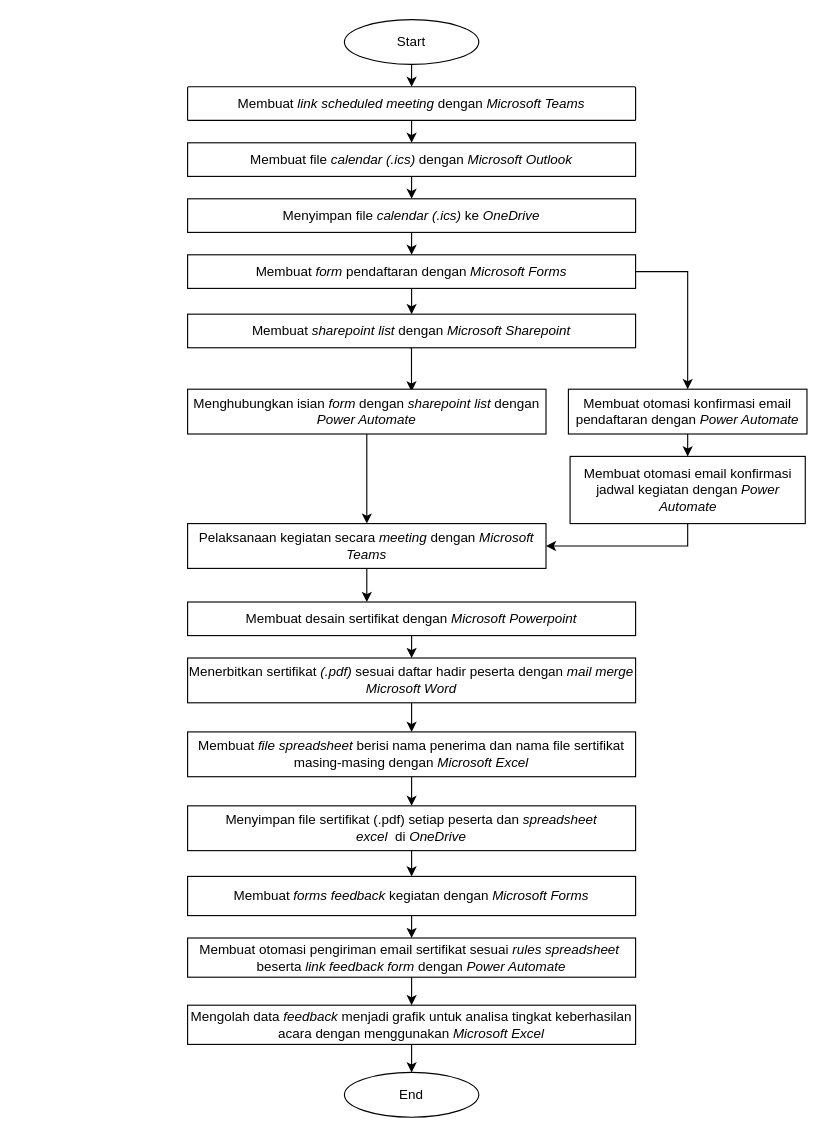
The draw.io diagram Flowchart Capstone.drawio in kairamilanifitria/Capstone-Project, before the edit. Source tidied: cells renumbered, new cells numbered last; positions are measured from the earlier drawing's top-left corner, leaving out a move shared by most shapes. Both pictures are drawn from the tidied source at 112%, with x=0, y=0 at pixel (187, 19).
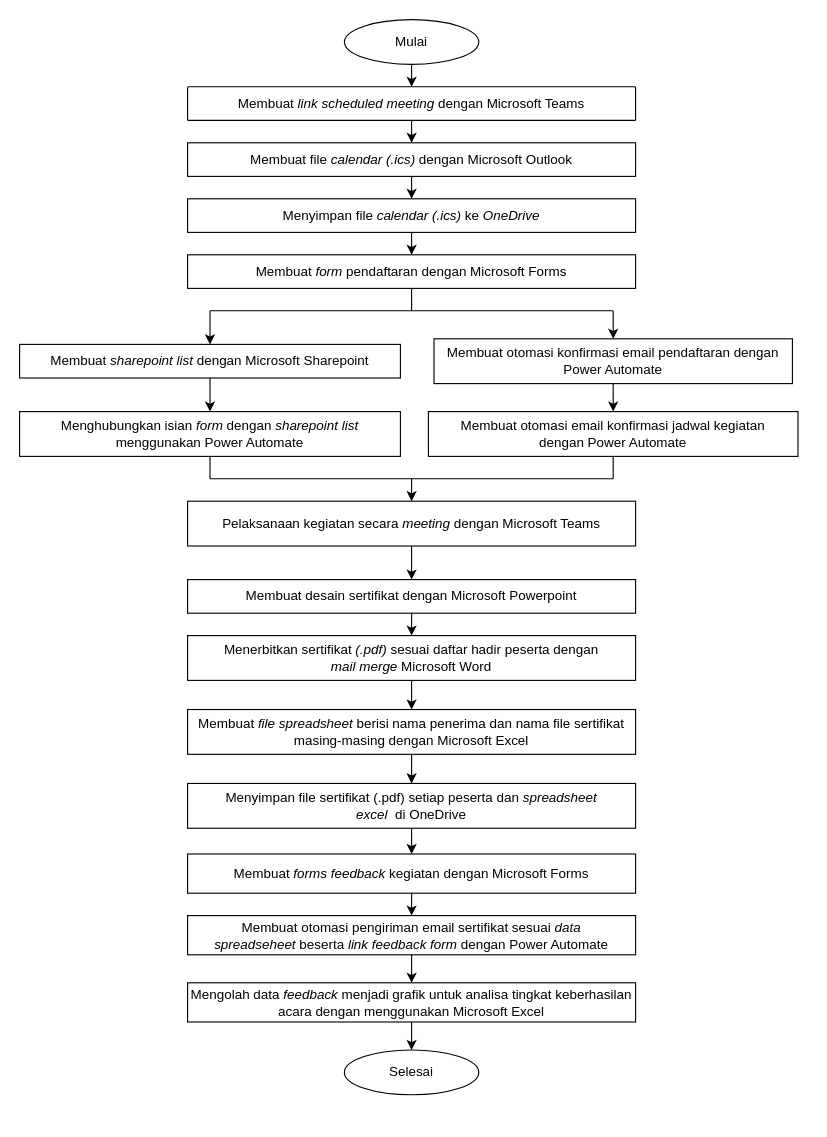
Above is the later version.

What changed in the source:
```diff
@@
-    <mxCell id="3" value="Membuat file &lt;i&gt;calendar (.ics)&lt;/i&gt; dengan &lt;i&gt;Microsoft Outlook&lt;/i&gt;" style="rounded=1;whiteSpace=wrap;html=1;fontSize=12;glass=0;strokeWidth=1;shadow=0;arcSize=0;" parent="1" vertex="1">
+    <mxCell id="3" value="Membuat file &lt;i&gt;calendar (.ics)&lt;/i&gt; dengan Microsoft Outlook" style="rounded=1;whiteSpace=wrap;html=1;fontSize=12;glass=0;strokeWidth=1;shadow=0;arcSize=0;" parent="1" vertex="1">
       <mxGeometry y="110" width="400" height="30" as="geometry" />
     </mxCell>
@@
-    <mxCell id="5" value="Start" style="ellipse;whiteSpace=wrap;html=1;" parent="1" vertex="1">
+    <mxCell id="5" value="Mulai" style="ellipse;whiteSpace=wrap;html=1;" parent="1" vertex="1">
       <mxGeometry x="140" width="120" height="40" as="geometry" />
     </mxCell>
@@
-    <mxCell id="7" value="Membuat&amp;nbsp;&lt;i&gt;link&amp;nbsp;scheduled meeting&lt;/i&gt; dengan&amp;nbsp;&lt;i&gt;Microsoft Teams&lt;/i&gt;" style="whiteSpace=wrap;html=1;rounded=1;glass=0;strokeWidth=1;shadow=0;arcSize=3;" parent="1" vertex="1">
+    <mxCell id="7" value="Membuat&amp;nbsp;&lt;i&gt;link&amp;nbsp;scheduled meeting&lt;/i&gt; dengan&amp;nbsp;Microsoft Teams" style="whiteSpace=wrap;html=1;rounded=1;glass=0;strokeWidth=1;shadow=0;arcSize=3;" parent="1" vertex="1">
       <mxGeometry y="60" width="400" height="30" as="geometry" />
     </mxCell>
-    <mxCell id="8" style="edgeStyle=orthogonalEdgeStyle;rounded=0;jettySize=auto;html=1;exitX=1;exitY=0.5;exitDx=0;exitDy=0;entryX=0.5;entryY=0;entryDx=0;entryDy=0;" parent="1" edge="1" source="10" target="18">
-      <mxGeometry relative="1" as="geometry" />
-    </mxCell>
-    <mxCell id="9" style="edgeStyle=orthogonalEdgeStyle;rounded=0;jettySize=auto;html=1;exitX=0.5;exitY=1;exitDx=0;exitDy=0;entryX=0.5;entryY=0;entryDx=0;entryDy=0;" parent="1" edge="1" source="10" target="12">
-      <mxGeometry relative="1" as="geometry" />
-    </mxCell>
-    <mxCell id="10" value="Membuat &lt;i&gt;form &lt;/i&gt;pendaftaran dengan &lt;i&gt;Microsoft Forms&lt;/i&gt;" style="rounded=0;whiteSpace=wrap;html=1;" parent="1" vertex="1">
+    <mxCell id="10" value="Membuat &lt;i&gt;form &lt;/i&gt;pendaftaran dengan Microsoft Forms" style="rounded=0;whiteSpace=wrap;html=1;" parent="1" vertex="1">
       <mxGeometry y="210" width="400" height="30" as="geometry" />
     </mxCell>
-    <mxCell id="11" style="edgeStyle=orthogonalEdgeStyle;rounded=0;orthogonalLoop=1;jettySize=auto;html=1;exitX=0.5;exitY=1;exitDx=0;exitDy=0;entryX=0.631;entryY=0.05;entryDx=0;entryDy=0;entryPerimeter=0;" parent="1" edge="1">
-      <mxGeometry relative="1" as="geometry">
-        <mxPoint x="198" y="293" as="sourcePoint" />
-        <mxPoint x="199.9" y="332" as="targetPoint" />
-      </mxGeometry>
-    </mxCell>
+    <mxCell id="38" style="edgeStyle=orthogonalEdgeStyle;rounded=0;jettySize=auto;html=1;exitX=0.5;exitY=1;exitDx=0;exitDy=0;entryX=0.5;entryY=0;entryDx=0;entryDy=0;" parent="1" edge="1" source="12" target="14">
+      <mxGeometry relative="1" as="geometry" />
+    </mxCell>
-    <mxCell id="12" value="Membuat&amp;nbsp;&lt;i&gt;sharepoint list&amp;nbsp;&lt;/i&gt;dengan&amp;nbsp;&lt;i&gt;Microsoft Sharepoint&lt;/i&gt;" style="rounded=0;whiteSpace=wrap;html=1;" parent="1" vertex="1">
-      <mxGeometry y="263" width="400" height="30" as="geometry" />
+    <mxCell id="12" value="Membuat&amp;nbsp;&lt;i&gt;sharepoint list&amp;nbsp;&lt;/i&gt;dengan&amp;nbsp;Microsoft Sharepoint" style="rounded=0;whiteSpace=wrap;html=1;" parent="1" vertex="1">
+      <mxGeometry x="-150" y="290" width="340" height="30" as="geometry" />
     </mxCell>
-    <mxCell id="13" style="edgeStyle=orthogonalEdgeStyle;rounded=0;jettySize=auto;html=1;exitX=0.5;exitY=1;exitDx=0;exitDy=0;entryX=0.5;entryY=0;entryDx=0;entryDy=0;" parent="1" edge="1" source="14" target="22">
-      <mxGeometry relative="1" as="geometry" />
-    </mxCell>
-    <mxCell id="14" value="Menghubungkan isian &lt;i&gt;form &lt;/i&gt;dengan &lt;i&gt;sharepoint list &lt;/i&gt;dengan &lt;i&gt;Power Automate&lt;/i&gt;" style="rounded=0;whiteSpace=wrap;html=1;" parent="1" vertex="1">
-      <mxGeometry y="330" width="320" height="40" as="geometry" />
+    <mxCell id="14" value="Menghubungkan isian &lt;i&gt;form &lt;/i&gt;dengan &lt;i&gt;sharepoint list &lt;/i&gt;menggunakan Power Automate" style="rounded=0;whiteSpace=wrap;html=1;" parent="1" vertex="1">
+      <mxGeometry x="-150" y="350" width="340" height="40" as="geometry" />
     </mxCell>
@@
-    <mxCell id="18" value="Membuat otomasi konfirmasi email pendaftaran dengan &lt;i&gt;Power Automate&lt;/i&gt;" style="rounded=0;whiteSpace=wrap;html=1;" parent="1" vertex="1">
-      <mxGeometry x="340" y="330" width="213" height="40" as="geometry" />
+    <mxCell id="18" value="Membuat otomasi konfirmasi email pendaftaran dengan Power Automate" style="rounded=0;whiteSpace=wrap;html=1;" parent="1" vertex="1">
+      <mxGeometry x="220" y="285" width="320" height="40" as="geometry" />
     </mxCell>
-    <mxCell id="19" style="edgeStyle=orthogonalEdgeStyle;rounded=0;jettySize=auto;html=1;exitX=0.5;exitY=1;exitDx=0;exitDy=0;entryX=1;entryY=0.5;entryDx=0;entryDy=0;" parent="1" edge="1" source="20" target="22">
-      <mxGeometry relative="1" as="geometry" />
-    </mxCell>
-    <mxCell id="20" value="Membuat otomasi email konfirmasi jadwal kegiatan dengan &lt;i&gt;Power Automate&lt;/i&gt;" style="rounded=0;whiteSpace=wrap;html=1;" parent="1" vertex="1">
-      <mxGeometry x="341.5" y="390" width="210" height="60" as="geometry" />
+    <mxCell id="20" value="Membuat otomasi email konfirmasi jadwal kegiatan dengan&amp;nbsp;Power Automate" style="rounded=0;whiteSpace=wrap;html=1;" parent="1" vertex="1">
+      <mxGeometry x="215" y="350" width="330" height="40" as="geometry" />
     </mxCell>
-    <mxCell id="21" style="edgeStyle=orthogonalEdgeStyle;rounded=0;orthogonalLoop=1;jettySize=auto;html=1;" parent="1" edge="1">
-      <mxGeometry relative="1" as="geometry">
-        <mxPoint x="160" y="490" as="sourcePoint" />
-        <mxPoint x="160" y="520" as="targetPoint" />
-      </mxGeometry>
-    </mxCell>
+    <mxCell id="39" style="edgeStyle=orthogonalEdgeStyle;rounded=0;jettySize=auto;html=1;exitX=0.5;exitY=1;exitDx=0;exitDy=0;entryX=0.5;entryY=0;entryDx=0;entryDy=0;" parent="1" edge="1" source="22" target="26">
+      <mxGeometry relative="1" as="geometry" />
+    </mxCell>
-    <mxCell id="22" value="Pelaksanaan kegiatan secara &lt;i&gt;meeting&lt;/i&gt; dengan &lt;i&gt;Microsoft Teams&lt;/i&gt;" style="rounded=0;whiteSpace=wrap;html=1;" parent="1" vertex="1">
-      <mxGeometry y="450" width="320" height="40" as="geometry" />
+    <mxCell id="22" value="Pelaksanaan kegiatan secara &lt;i&gt;meeting&lt;/i&gt; dengan Microsoft Teams" style="rounded=0;whiteSpace=wrap;html=1;" parent="1" vertex="1">
+      <mxGeometry y="430" width="400" height="40" as="geometry" />
     </mxCell>
@@
-    <mxCell id="24" value="Menerbitkan sertifikat &lt;i&gt;(.pdf) &lt;/i&gt;sesuai daftar hadir peserta dengan &lt;i&gt;mail merge Microsoft Word&lt;/i&gt;" style="rounded=0;whiteSpace=wrap;html=1;" parent="1" vertex="1">
-      <mxGeometry y="570" width="400" height="40" as="geometry" />
+    <mxCell id="24" value="Menerbitkan sertifikat &lt;i&gt;(.pdf) &lt;/i&gt;sesuai daftar hadir peserta dengan &lt;br&gt;&lt;i&gt;mail merge &lt;/i&gt;Microsoft Word" style="rounded=0;whiteSpace=wrap;html=1;" parent="1" vertex="1">
+      <mxGeometry y="550" width="400" height="40" as="geometry" />
     </mxCell>
@@
-    <mxCell id="26" value="Membuat desain sertifikat dengan&lt;i&gt;&amp;nbsp;Microsoft Powerpoint&lt;/i&gt;" style="rounded=0;whiteSpace=wrap;html=1;" parent="1" vertex="1">
-      <mxGeometry y="520" width="400" height="30" as="geometry" />
+    <mxCell id="26" value="Membuat desain sertifikat dengan&lt;i&gt;&amp;nbsp;&lt;/i&gt;Microsoft Powerpoint" style="rounded=0;whiteSpace=wrap;html=1;" parent="1" vertex="1">
+      <mxGeometry y="500" width="400" height="30" as="geometry" />
     </mxCell>
@@
-    <mxCell id="28" value="Membuat&amp;nbsp;&lt;i&gt;file spreadsheet&lt;/i&gt;&amp;nbsp;berisi nama penerima dan nama file sertifikat masing-masing dengan&amp;nbsp;&lt;i&gt;Microsoft Excel&lt;/i&gt;" style="rounded=0;whiteSpace=wrap;html=1;" parent="1" vertex="1">
-      <mxGeometry y="636" width="400" height="40" as="geometry" />
+    <mxCell id="28" value="Membuat&amp;nbsp;&lt;i&gt;file spreadsheet&lt;/i&gt;&amp;nbsp;berisi nama penerima dan nama file sertifikat masing-masing dengan&amp;nbsp;Microsoft Excel" style="rounded=0;whiteSpace=wrap;html=1;" parent="1" vertex="1">
+      <mxGeometry y="616" width="400" height="40" as="geometry" />
     </mxCell>
@@
-    <mxCell id="30" value="Menyimpan file sertifikat (.pdf) setiap peserta dan &lt;i&gt;spreadsheet excel&amp;nbsp;&lt;/i&gt;&amp;nbsp;di&lt;i&gt;&amp;nbsp;OneDrive&lt;/i&gt;" style="rounded=0;whiteSpace=wrap;html=1;" parent="1" vertex="1">
-      <mxGeometry y="702" width="400" height="40" as="geometry" />
+    <mxCell id="30" value="Menyimpan file sertifikat (.pdf) setiap peserta dan &lt;i&gt;spreadsheet excel&amp;nbsp;&lt;/i&gt;&amp;nbsp;di&lt;i&gt;&amp;nbsp;&lt;/i&gt;OneDrive" style="rounded=0;whiteSpace=wrap;html=1;" parent="1" vertex="1">
+      <mxGeometry y="682" width="400" height="40" as="geometry" />
     </mxCell>
@@
-    <mxCell id="32" value="Membuat &lt;i&gt;forms feedback &lt;/i&gt;kegiatan dengan &lt;i&gt;Microsoft Forms&lt;/i&gt;" style="rounded=0;whiteSpace=wrap;html=1;" parent="1" vertex="1">
-      <mxGeometry y="765" width="400" height="35" as="geometry" />
+    <mxCell id="32" value="Membuat &lt;i&gt;forms feedback &lt;/i&gt;kegiatan dengan Microsoft Forms" style="rounded=0;whiteSpace=wrap;html=1;" parent="1" vertex="1">
+      <mxGeometry y="745" width="400" height="35" as="geometry" />
     </mxCell>
@@
-    <mxCell id="34" value="Membuat otomasi pengiriman email sertifikat sesuai &lt;i&gt;rules spreadsheet&lt;/i&gt;&amp;nbsp; beserta &lt;i&gt;link feedback form &lt;/i&gt;dengan &lt;i&gt;Power Automate&lt;/i&gt;" style="rounded=0;whiteSpace=wrap;html=1;" parent="1" vertex="1">
-      <mxGeometry y="820" width="400" height="35" as="geometry" />
+    <mxCell id="34" value="Membuat otomasi pengiriman email sertifikat sesuai &lt;i&gt;data spreadseheet&amp;nbsp;&lt;/i&gt;beserta &lt;i&gt;link feedback form &lt;/i&gt;dengan Power Automate" style="rounded=0;whiteSpace=wrap;html=1;" parent="1" vertex="1">
+      <mxGeometry y="800" width="400" height="35" as="geometry" />
     </mxCell>
@@
-    <mxCell id="36" value="Mengolah data &lt;i&gt;feedback &lt;/i&gt;menjadi grafik untuk analisa tingkat keberhasilan acara dengan menggunakan &lt;i&gt;Microsoft Excel&lt;/i&gt;" style="rounded=0;whiteSpace=wrap;html=1;" parent="1" vertex="1">
-      <mxGeometry y="880" width="400" height="35" as="geometry" />
+    <mxCell id="36" value="Mengolah data &lt;i&gt;feedback &lt;/i&gt;menjadi grafik untuk analisa tingkat keberhasilan acara dengan menggunakan Microsoft Excel" style="rounded=0;whiteSpace=wrap;html=1;" parent="1" vertex="1">
+      <mxGeometry y="860" width="400" height="35" as="geometry" />
     </mxCell>
-    <mxCell id="37" value="End" style="ellipse;whiteSpace=wrap;html=1;" parent="1" vertex="1">
-      <mxGeometry x="140" y="940" width="120" height="40" as="geometry" />
+    <mxCell id="37" value="Selesai" style="ellipse;whiteSpace=wrap;html=1;" parent="1" vertex="1">
+      <mxGeometry x="140" y="920" width="120" height="40" as="geometry" />
     </mxCell>
+    <mxCell id="40" style="endArrow=none;html=1;rounded=0;" parent="1" edge="1">
+      <mxGeometry relative="1" as="geometry">
+        <mxPoint x="20" y="260" as="sourcePoint" />
+        <mxPoint x="380" y="260" as="targetPoint" />
+      </mxGeometry>
+    </mxCell>
+    <mxCell id="41" style="endArrow=none;html=1;rounded=0;entryX=0.5;entryY=1;entryDx=0;entryDy=0;" parent="1" edge="1" target="10">
+      <mxGeometry relative="1" as="geometry">
+        <mxPoint x="200" y="260" as="sourcePoint" />
+      </mxGeometry>
+    </mxCell>
+    <mxCell id="42" style="endArrow=classic;html=1;rounded=0;entryX=0.5;entryY=0;entryDx=0;entryDy=0;" parent="1" edge="1" target="12">
+      <mxGeometry relative="1" as="geometry">
+        <mxPoint x="20" y="260" as="sourcePoint" />
+      </mxGeometry>
+    </mxCell>
+    <mxCell id="43" style="endArrow=classic;html=1;rounded=0;entryX=0.5;entryY=0;entryDx=0;entryDy=0;" parent="1" edge="1" target="18">
+      <mxGeometry relative="1" as="geometry">
+        <mxPoint x="380" y="260" as="sourcePoint" />
+      </mxGeometry>
+    </mxCell>
+    <mxCell id="44" style="endArrow=none;html=1;rounded=0;" parent="1" edge="1">
+      <mxGeometry relative="1" as="geometry">
+        <mxPoint x="20" y="410" as="sourcePoint" />
+        <mxPoint x="380" y="410" as="targetPoint" />
+      </mxGeometry>
+    </mxCell>
+    <mxCell id="45" style="endArrow=classic;html=1;rounded=0;entryX=0.5;entryY=0;entryDx=0;entryDy=0;" parent="1" edge="1" target="22">
+      <mxGeometry relative="1" as="geometry">
+        <mxPoint x="200" y="410" as="sourcePoint" />
+      </mxGeometry>
+    </mxCell>
+    <mxCell id="46" style="endArrow=none;html=1;rounded=0;entryX=0.5;entryY=1;entryDx=0;entryDy=0;" parent="1" edge="1" target="14">
+      <mxGeometry relative="1" as="geometry">
+        <mxPoint x="20" y="410" as="sourcePoint" />
+      </mxGeometry>
+    </mxCell>
+    <mxCell id="47" style="endArrow=none;html=1;rounded=0;entryX=0.5;entryY=1;entryDx=0;entryDy=0;" parent="1" edge="1" target="20">
+      <mxGeometry relative="1" as="geometry">
+        <mxPoint x="380" y="410" as="sourcePoint" />
+      </mxGeometry>
+    </mxCell>
```
